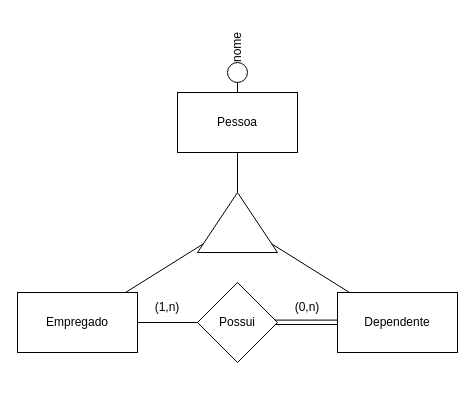
andreeeeeeeee/Engenharia_Software keeps this draw.io diagram as Lista5_25-04/Ex3.drawio. Above is the earlier version. Source tidied: cells renumbered, new cells numbered last; positions are measured from the earlier drawing's top-left corner, leaving out a move shared by most shapes. Both pictures are drawn from the tidied source at 100%, with x=0, y=0 at pixel (17, 32).
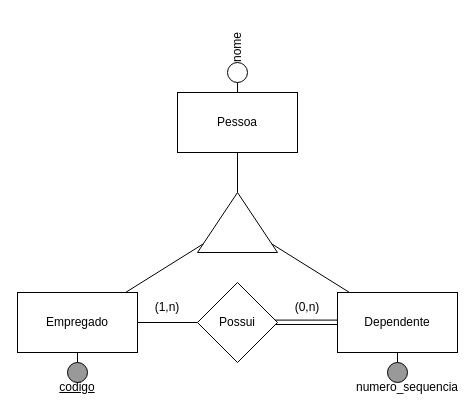
Above is the later version.

Unchanged cells that the change refers to:
```xml
<mxCell id="8" value="Empregado" style="rounded=0;whiteSpace=wrap;html=1;" parent="1" vertex="1">
  <mxGeometry y="260" width="120" height="60" as="geometry" />
</mxCell>
<mxCell id="9" value="Dependente" style="rounded=0;whiteSpace=wrap;html=1;" parent="1" vertex="1">
  <mxGeometry x="320" y="260" width="120" height="60" as="geometry" />
</mxCell>
```

The edit, as a diff of the source:
```diff
@@
+    <mxCell id="18" style="ellipse;whiteSpace=wrap;html=1;fillColor=#999999;" parent="1" vertex="1">
+      <mxGeometry x="50" y="330" width="20" height="20" as="geometry" />
+    </mxCell>
+    <mxCell id="19" style="ellipse;whiteSpace=wrap;html=1;fillColor=#999999;" parent="1" vertex="1">
+      <mxGeometry x="370" y="330" width="20" height="20" as="geometry" />
+    </mxCell>
+    <mxCell id="20" value="&lt;u&gt;codigo&lt;/u&gt;" style="text;html=1;strokeColor=none;fillColor=none;align=center;verticalAlign=middle;whiteSpace=wrap;rounded=0;rotation=0;" parent="1" vertex="1">
+      <mxGeometry x="30" y="340" width="60" height="30" as="geometry" />
+    </mxCell>
+    <mxCell id="21" value="numero_sequencia" style="text;html=1;strokeColor=none;fillColor=none;align=center;verticalAlign=middle;whiteSpace=wrap;rounded=0;rotation=0;" parent="1" vertex="1">
+      <mxGeometry x="360" y="340" width="60" height="30" as="geometry" />
+    </mxCell>
+    <mxCell id="22" style="endArrow=none;html=1;rounded=0;" parent="1" edge="1" source="18" target="8">
+      <mxGeometry relative="1" as="geometry" />
+    </mxCell>
+    <mxCell id="23" style="endArrow=none;html=1;rounded=0;" parent="1" edge="1" source="19" target="9">
+      <mxGeometry relative="1" as="geometry" />
+    </mxCell>
```
